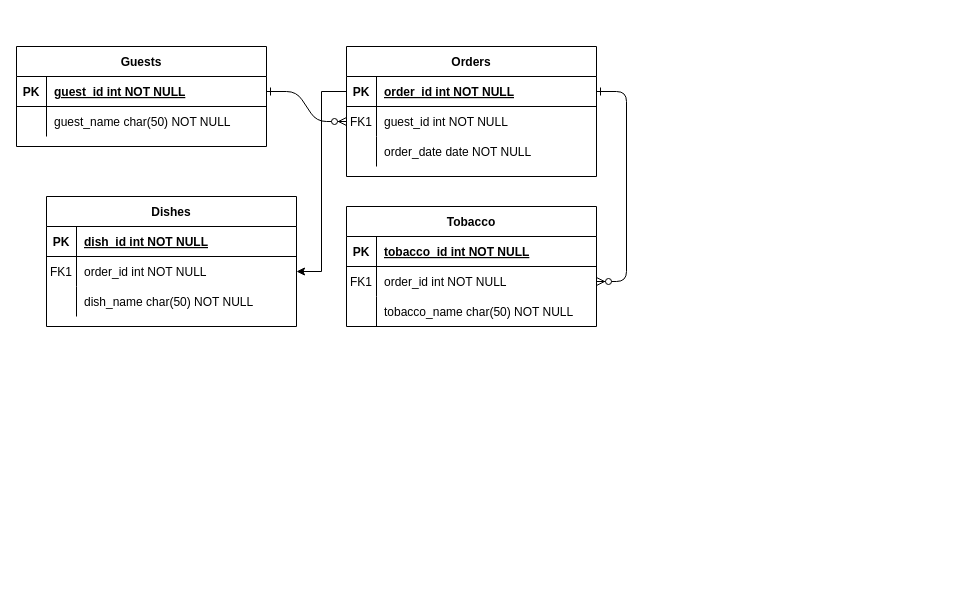
The draw.io diagram Диаграмма без названия.drawio in MoutanDeew/Database, before the edit. Source tidied: cells renumbered, new cells numbered last; positions are measured from the earlier drawing's top-left corner, leaving out a move shared by most shapes. Both pictures are drawn from the tidied source at 100%, with x=0, y=0 at pixel (16, 46).
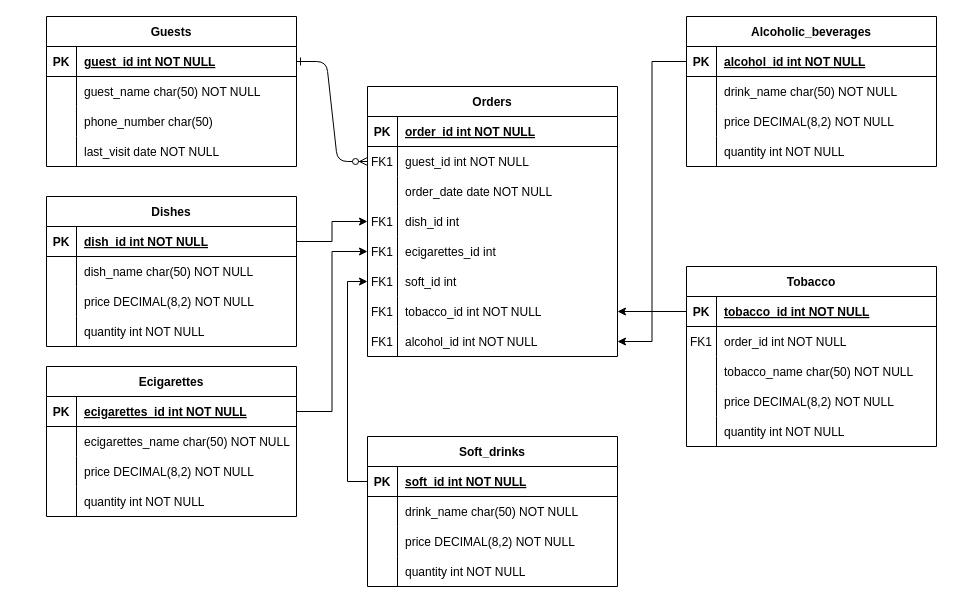
The same page after the edit.

Commit message:
added new relationships and attributes

The change refers to these unchanged cells:
```xml
<mxCell id="5" style="shape=partialRectangle;fillColor=none;points=[[0,0.5],[1,0.5]];portConstraint=eastwest;top=0;left=0;right=0;bottom=1;" parent="4" vertex="1">
  <mxGeometry y="30" width="250" height="30" as="geometry" />
</mxCell>
<mxCell id="15" style="shape=partialRectangle;fillColor=none;points=[[0,0.5],[1,0.5]];portConstraint=eastwest;top=0;left=0;right=0;bottom=1;" parent="14" vertex="1">
  <mxGeometry y="30" width="250" height="30" as="geometry" />
</mxCell>
<mxCell id="18" style="shape=partialRectangle;fillColor=none;points=[[0,0.5],[1,0.5]];portConstraint=eastwest;top=0;left=0;right=0;bottom=0;" parent="14" vertex="1">
  <mxGeometry y="60" width="250" height="30" as="geometry" />
</mxCell>
<mxCell id="32" style="shape=partialRectangle;fillColor=none;points=[[0,0.5],[1,0.5]];portConstraint=eastwest;top=0;left=0;right=0;bottom=1;" parent="31" vertex="1">
  <mxGeometry y="30" width="250" height="30" as="geometry" />
</mxCell>
```

Change to the diagram source:
```diff
@@
-    <mxCell id="3" style="edgeStyle=entityRelationEdgeStyle;endArrow=ERzeroToMany;startArrow=ERone;endFill=1;startFill=0;" parent="1" edge="1" source="5" target="18">
-      <mxGeometry relative="1" as="geometry" />
-    </mxCell>
     <mxCell id="4" value="Orders" style="shape=table;startSize=30;childLayout=tableLayout;rowLines=0;fontStyle=1;align=center;" parent="1" vertex="1">
-      <mxGeometry x="330" width="250" height="130" as="geometry" />
+      <mxGeometry x="351" y="40" width="250" height="270" as="geometry" />
     </mxCell>
@@
+    <mxCell id="42" style="shape=partialRectangle;fillColor=none;points=[[0,0.5],[1,0.5]];portConstraint=eastwest;top=0;left=0;right=0;bottom=0;" parent="4" vertex="1">
+      <mxGeometry y="120" width="250" height="30" as="geometry" />
+    </mxCell>
+    <mxCell id="43" value="FK1" style="shape=partialRectangle;overflow=hidden;fillColor=none;top=0;left=0;bottom=0;right=0;" parent="42" vertex="1">
+      <mxGeometry width="30" height="30" as="geometry" />
+    </mxCell>
+    <mxCell id="44" value="dish_id int " style="shape=partialRectangle;overflow=hidden;fillColor=none;top=0;left=0;bottom=0;right=0;align=left;spacingLeft=6;" parent="42" vertex="1">
+      <mxGeometry x="30" width="220" height="30" as="geometry" />
+    </mxCell>
+    <mxCell id="45" style="shape=partialRectangle;fillColor=none;points=[[0,0.5],[1,0.5]];portConstraint=eastwest;top=0;left=0;right=0;bottom=0;" parent="4" vertex="1">
+      <mxGeometry y="150" width="250" height="30" as="geometry" />
+    </mxCell>
+    <mxCell id="46" value="FK1" style="shape=partialRectangle;overflow=hidden;fillColor=none;top=0;left=0;bottom=0;right=0;" parent="45" vertex="1">
+      <mxGeometry width="30" height="30" as="geometry" />
+    </mxCell>
+    <mxCell id="47" value="ecigarettes_id int " style="shape=partialRectangle;overflow=hidden;fillColor=none;top=0;left=0;bottom=0;right=0;align=left;spacingLeft=6;" parent="45" vertex="1">
+      <mxGeometry x="30" width="220" height="30" as="geometry" />
+    </mxCell>
+    <mxCell id="48" style="shape=partialRectangle;fillColor=none;points=[[0,0.5],[1,0.5]];portConstraint=eastwest;top=0;left=0;right=0;bottom=0;" parent="4" vertex="1">
+      <mxGeometry y="180" width="250" height="30" as="geometry" />
+    </mxCell>
+    <mxCell id="49" value="FK1" style="shape=partialRectangle;overflow=hidden;fillColor=none;top=0;left=0;bottom=0;right=0;" parent="48" vertex="1">
+      <mxGeometry width="30" height="30" as="geometry" />
+    </mxCell>
+    <mxCell id="50" value="soft_id int " style="shape=partialRectangle;overflow=hidden;fillColor=none;top=0;left=0;bottom=0;right=0;align=left;spacingLeft=6;" parent="48" vertex="1">
+      <mxGeometry x="30" width="220" height="30" as="geometry" />
+    </mxCell>
+    <mxCell id="51" style="shape=partialRectangle;fillColor=none;points=[[0,0.5],[1,0.5]];portConstraint=eastwest;top=0;left=0;right=0;bottom=0;" parent="4" vertex="1">
+      <mxGeometry y="210" width="250" height="30" as="geometry" />
+    </mxCell>
+    <mxCell id="52" value="FK1" style="shape=partialRectangle;overflow=hidden;fillColor=none;top=0;left=0;bottom=0;right=0;" parent="51" vertex="1">
+      <mxGeometry width="30" height="30" as="geometry" />
+    </mxCell>
+    <mxCell id="53" value="tobacco_id int NOT NULL" style="shape=partialRectangle;overflow=hidden;fillColor=none;top=0;left=0;bottom=0;right=0;align=left;spacingLeft=6;" parent="51" vertex="1">
+      <mxGeometry x="30" width="220" height="30" as="geometry" />
+    </mxCell>
+    <mxCell id="54" style="shape=partialRectangle;fillColor=none;points=[[0,0.5],[1,0.5]];portConstraint=eastwest;top=0;left=0;right=0;bottom=0;" parent="4" vertex="1">
+      <mxGeometry y="240" width="250" height="30" as="geometry" />
+    </mxCell>
+    <mxCell id="55" value="FK1" style="shape=partialRectangle;overflow=hidden;fillColor=none;top=0;left=0;bottom=0;right=0;" parent="54" vertex="1">
+      <mxGeometry width="30" height="30" as="geometry" />
+    </mxCell>
+    <mxCell id="56" value="alcohol_id int NOT NULL" style="shape=partialRectangle;overflow=hidden;fillColor=none;top=0;left=0;bottom=0;right=0;align=left;spacingLeft=6;" parent="54" vertex="1">
+      <mxGeometry x="30" width="220" height="30" as="geometry" />
+    </mxCell>
     <mxCell id="14" value="Tobacco" style="shape=table;startSize=30;childLayout=tableLayout;rowLines=0;fontStyle=1;align=center;" parent="1" vertex="1">
-      <mxGeometry x="330" y="160" width="250" height="120" as="geometry" />
+      <mxGeometry x="670" y="220" width="250" height="180" as="geometry" />
     </mxCell>
@@
+    <mxCell id="57" style="shape=partialRectangle;fillColor=none;top=0;left=0;right=0;bottom=0;" parent="14" vertex="1">
+      <mxGeometry y="120" width="250" height="30" as="geometry" />
+    </mxCell>
+    <mxCell id="58" style="shape=partialRectangle;overflow=hidden;fillColor=none;top=0;left=0;bottom=0;right=0;" parent="57" vertex="1">
+      <mxGeometry width="30" height="30" as="geometry" />
+    </mxCell>
+    <mxCell id="59" value="price DECIMAL(8,2) NOT NULL" style="shape=partialRectangle;overflow=hidden;fillColor=none;top=0;left=0;bottom=0;right=0;align=left;spacingLeft=6;" parent="57" vertex="1">
+      <mxGeometry x="30" width="220" height="30" as="geometry" />
+    </mxCell>
+    <mxCell id="60" style="shape=partialRectangle;fillColor=none;top=0;left=0;right=0;bottom=0;" parent="14" vertex="1">
+      <mxGeometry y="150" width="250" height="30" as="geometry" />
+    </mxCell>
+    <mxCell id="61" style="shape=partialRectangle;overflow=hidden;fillColor=none;top=0;left=0;bottom=0;right=0;" parent="60" vertex="1">
+      <mxGeometry width="30" height="30" as="geometry" />
+    </mxCell>
+    <mxCell id="62" value="quantity int NOT NULL" style="shape=partialRectangle;overflow=hidden;fillColor=none;top=0;left=0;bottom=0;right=0;align=left;spacingLeft=6;" parent="60" vertex="1">
+      <mxGeometry x="30" width="220" height="30" as="geometry" />
+    </mxCell>
     <mxCell id="24" value="Guests" style="shape=table;startSize=30;childLayout=tableLayout;rowLines=0;fontStyle=1;align=center;" parent="1" vertex="1">
-      <mxGeometry width="250" height="100" as="geometry" />
+      <mxGeometry x="30" y="-30" width="250" height="150" as="geometry" />
     </mxCell>
@@
+    <mxCell id="63" style="shape=partialRectangle;fillColor=none;top=0;left=0;right=0;bottom=0;" parent="24" vertex="1">
+      <mxGeometry y="90" width="250" height="30" as="geometry" />
+    </mxCell>
+    <mxCell id="64" style="shape=partialRectangle;overflow=hidden;fillColor=none;top=0;left=0;bottom=0;right=0;" parent="63" vertex="1">
+      <mxGeometry width="30" height="30" as="geometry" />
+    </mxCell>
+    <mxCell id="65" value="phone_number char(50)" style="shape=partialRectangle;overflow=hidden;fillColor=none;top=0;left=0;bottom=0;right=0;align=left;spacingLeft=6;" parent="63" vertex="1">
+      <mxGeometry x="30" width="220" height="30" as="geometry" />
+    </mxCell>
+    <mxCell id="66" style="shape=partialRectangle;fillColor=none;top=0;left=0;right=0;bottom=0;" parent="24" vertex="1">
+      <mxGeometry y="120" width="250" height="30" as="geometry" />
+    </mxCell>
+    <mxCell id="67" style="shape=partialRectangle;overflow=hidden;fillColor=none;top=0;left=0;bottom=0;right=0;" parent="66" vertex="1">
+      <mxGeometry width="30" height="30" as="geometry" />
+    </mxCell>
+    <mxCell id="68" value="last_visit date NOT NULL" style="shape=partialRectangle;overflow=hidden;fillColor=none;top=0;left=0;bottom=0;right=0;align=left;spacingLeft=6;" parent="66" vertex="1">
+      <mxGeometry x="30" width="220" height="30" as="geometry" />
+    </mxCell>
     <mxCell id="31" value="Dishes" style="shape=table;startSize=30;childLayout=tableLayout;rowLines=0;fontStyle=1;align=center;" parent="1" vertex="1">
-      <mxGeometry x="30" y="150" width="250" height="130" as="geometry" />
+      <mxGeometry x="30" y="150" width="250" height="150" as="geometry" />
     </mxCell>
@@
-    <mxCell id="35" style="shape=partialRectangle;fillColor=none;points=[[0,0.5],[1,0.5]];portConstraint=eastwest;top=0;left=0;right=0;bottom=0;" parent="31" vertex="1">
-      <mxGeometry y="60" width="250" height="30" as="geometry" />
-    </mxCell>
-    <mxCell id="36" value="FK1" style="shape=partialRectangle;overflow=hidden;fillColor=none;top=0;left=0;bottom=0;right=0;" parent="35" vertex="1">
-      <mxGeometry width="30" height="30" as="geometry" />
-    </mxCell>
-    <mxCell id="37" value="order_id int NOT NULL" style="shape=partialRectangle;overflow=hidden;fillColor=none;top=0;left=0;bottom=0;right=0;align=left;spacingLeft=6;" parent="35" vertex="1">
-      <mxGeometry x="30" width="220" height="30" as="geometry" />
-    </mxCell>
     <mxCell id="38" style="shape=partialRectangle;fillColor=none;top=0;left=0;right=0;bottom=0;" parent="31" vertex="1">
-      <mxGeometry y="90" width="250" height="30" as="geometry" />
+      <mxGeometry y="60" width="250" height="30" as="geometry" />
     </mxCell>
@@
-    <mxCell id="41" style="edgeStyle=orthogonalEdgeStyle;rounded=0;jettySize=auto;html=1;exitX=0;exitY=0.5;exitDx=0;exitDy=0;" parent="1" edge="1" source="5" target="35">
-      <mxGeometry relative="1" as="geometry" />
-    </mxCell>
+    <mxCell id="69" style="shape=partialRectangle;fillColor=none;top=0;left=0;right=0;bottom=0;" parent="31" vertex="1">
+      <mxGeometry y="90" width="250" height="30" as="geometry" />
+    </mxCell>
+    <mxCell id="70" style="shape=partialRectangle;overflow=hidden;fillColor=none;top=0;left=0;bottom=0;right=0;" parent="69" vertex="1">
+      <mxGeometry width="30" height="30" as="geometry" />
+    </mxCell>
+    <mxCell id="71" value="price DECIMAL(8,2) NOT NULL" style="shape=partialRectangle;overflow=hidden;fillColor=none;top=0;left=0;bottom=0;right=0;align=left;spacingLeft=6;" parent="69" vertex="1">
+      <mxGeometry x="30" width="220" height="30" as="geometry" />
+    </mxCell>
+    <mxCell id="72" style="shape=partialRectangle;fillColor=none;top=0;left=0;right=0;bottom=0;" parent="31" vertex="1">
+      <mxGeometry y="120" width="250" height="30" as="geometry" />
+    </mxCell>
+    <mxCell id="73" style="shape=partialRectangle;overflow=hidden;fillColor=none;top=0;left=0;bottom=0;right=0;" parent="72" vertex="1">
+      <mxGeometry width="30" height="30" as="geometry" />
+    </mxCell>
+    <mxCell id="74" value="quantity int NOT NULL" style="shape=partialRectangle;overflow=hidden;fillColor=none;top=0;left=0;bottom=0;right=0;align=left;spacingLeft=6;" parent="72" vertex="1">
+      <mxGeometry x="30" width="220" height="30" as="geometry" />
+    </mxCell>
+    <mxCell id="75" value="Ecigarettes" style="shape=table;startSize=30;childLayout=tableLayout;rowLines=0;fontStyle=1;align=center;" parent="1" vertex="1">
+      <mxGeometry x="30" y="320" width="250" height="150" as="geometry" />
+    </mxCell>
+    <mxCell id="76" style="shape=partialRectangle;fillColor=none;points=[[0,0.5],[1,0.5]];portConstraint=eastwest;top=0;left=0;right=0;bottom=1;" parent="75" vertex="1">
+      <mxGeometry y="30" width="250" height="30" as="geometry" />
+    </mxCell>
+    <mxCell id="77" value="PK" style="shape=partialRectangle;overflow=hidden;fillColor=none;top=0;left=0;bottom=0;right=0;fontStyle=1;" parent="76" vertex="1">
+      <mxGeometry width="30" height="30" as="geometry" />
+    </mxCell>
+    <mxCell id="78" value="ecigarettes_id int NOT NULL " style="shape=partialRectangle;overflow=hidden;fillColor=none;top=0;left=0;bottom=0;right=0;align=left;spacingLeft=6;fontStyle=5;" parent="76" vertex="1">
+      <mxGeometry x="30" width="220" height="30" as="geometry" />
+    </mxCell>
+    <mxCell id="79" style="shape=partialRectangle;fillColor=none;top=0;left=0;right=0;bottom=0;" parent="75" vertex="1">
+      <mxGeometry y="60" width="250" height="30" as="geometry" />
+    </mxCell>
+    <mxCell id="80" style="shape=partialRectangle;overflow=hidden;fillColor=none;top=0;left=0;bottom=0;right=0;" parent="79" vertex="1">
+      <mxGeometry width="30" height="30" as="geometry" />
+    </mxCell>
+    <mxCell id="81" value="ecigarettes_name char(50) NOT NULL" style="shape=partialRectangle;overflow=hidden;fillColor=none;top=0;left=0;bottom=0;right=0;align=left;spacingLeft=6;" parent="79" vertex="1">
+      <mxGeometry x="30" width="220" height="30" as="geometry" />
+    </mxCell>
+    <mxCell id="82" style="shape=partialRectangle;fillColor=none;top=0;left=0;right=0;bottom=0;" parent="75" vertex="1">
+      <mxGeometry y="90" width="250" height="30" as="geometry" />
+    </mxCell>
+    <mxCell id="83" style="shape=partialRectangle;overflow=hidden;fillColor=none;top=0;left=0;bottom=0;right=0;" parent="82" vertex="1">
+      <mxGeometry width="30" height="30" as="geometry" />
+    </mxCell>
+    <mxCell id="84" value="price DECIMAL(8,2) NOT NULL" style="shape=partialRectangle;overflow=hidden;fillColor=none;top=0;left=0;bottom=0;right=0;align=left;spacingLeft=6;" parent="82" vertex="1">
+      <mxGeometry x="30" width="220" height="30" as="geometry" />
+    </mxCell>
+    <mxCell id="85" style="shape=partialRectangle;fillColor=none;top=0;left=0;right=0;bottom=0;" parent="75" vertex="1">
+      <mxGeometry y="120" width="250" height="30" as="geometry" />
+    </mxCell>
+    <mxCell id="86" style="shape=partialRectangle;overflow=hidden;fillColor=none;top=0;left=0;bottom=0;right=0;" parent="85" vertex="1">
+      <mxGeometry width="30" height="30" as="geometry" />
+    </mxCell>
+    <mxCell id="87" value="quantity int NOT NULL" style="shape=partialRectangle;overflow=hidden;fillColor=none;top=0;left=0;bottom=0;right=0;align=left;spacingLeft=6;" parent="85" vertex="1">
+      <mxGeometry x="30" width="220" height="30" as="geometry" />
+    </mxCell>
+    <mxCell id="88" style="edgeStyle=orthogonalEdgeStyle;rounded=0;jettySize=auto;html=1;entryX=0;entryY=0.5;entryDx=0;entryDy=0;" parent="1" edge="1" source="32" target="42">
+      <mxGeometry relative="1" as="geometry" />
+    </mxCell>
+    <mxCell id="89" style="edgeStyle=orthogonalEdgeStyle;rounded=0;jettySize=auto;html=1;" parent="1" edge="1" source="76" target="45">
+      <mxGeometry relative="1" as="geometry" />
+    </mxCell>
+    <mxCell id="90" value="Alcoholic_beverages" style="shape=table;startSize=30;childLayout=tableLayout;rowLines=0;fontStyle=1;align=center;" parent="1" vertex="1">
+      <mxGeometry x="670" y="-30" width="250" height="150" as="geometry" />
+    </mxCell>
+    <mxCell id="91" style="shape=partialRectangle;fillColor=none;points=[[0,0.5],[1,0.5]];portConstraint=eastwest;top=0;left=0;right=0;bottom=1;" parent="90" vertex="1">
+      <mxGeometry y="30" width="250" height="30" as="geometry" />
+    </mxCell>
+    <mxCell id="92" value="PK" style="shape=partialRectangle;overflow=hidden;fillColor=none;top=0;left=0;bottom=0;right=0;fontStyle=1;" parent="91" vertex="1">
+      <mxGeometry width="30" height="30" as="geometry" />
+    </mxCell>
+    <mxCell id="93" value="alcohol_id int NOT NULL " style="shape=partialRectangle;overflow=hidden;fillColor=none;top=0;left=0;bottom=0;right=0;align=left;spacingLeft=6;fontStyle=5;" parent="91" vertex="1">
+      <mxGeometry x="30" width="220" height="30" as="geometry" />
+    </mxCell>
+    <mxCell id="94" style="shape=partialRectangle;fillColor=none;top=0;left=0;right=0;bottom=0;" parent="90" vertex="1">
+      <mxGeometry y="60" width="250" height="30" as="geometry" />
+    </mxCell>
+    <mxCell id="95" style="shape=partialRectangle;overflow=hidden;fillColor=none;top=0;left=0;bottom=0;right=0;" parent="94" vertex="1">
+      <mxGeometry width="30" height="30" as="geometry" />
+    </mxCell>
+    <mxCell id="96" value="drink_name char(50) NOT NULL" style="shape=partialRectangle;overflow=hidden;fillColor=none;top=0;left=0;bottom=0;right=0;align=left;spacingLeft=6;" parent="94" vertex="1">
+      <mxGeometry x="30" width="220" height="30" as="geometry" />
+    </mxCell>
+    <mxCell id="97" style="shape=partialRectangle;fillColor=none;top=0;left=0;right=0;bottom=0;" parent="90" vertex="1">
+      <mxGeometry y="90" width="250" height="30" as="geometry" />
+    </mxCell>
+    <mxCell id="98" style="shape=partialRectangle;overflow=hidden;fillColor=none;top=0;left=0;bottom=0;right=0;" parent="97" vertex="1">
+      <mxGeometry width="30" height="30" as="geometry" />
+    </mxCell>
+    <mxCell id="99" value="price DECIMAL(8,2) NOT NULL" style="shape=partialRectangle;overflow=hidden;fillColor=none;top=0;left=0;bottom=0;right=0;align=left;spacingLeft=6;" parent="97" vertex="1">
+      <mxGeometry x="30" width="220" height="30" as="geometry" />
+    </mxCell>
+    <mxCell id="100" style="shape=partialRectangle;fillColor=none;top=0;left=0;right=0;bottom=0;" parent="90" vertex="1">
+      <mxGeometry y="120" width="250" height="30" as="geometry" />
+    </mxCell>
+    <mxCell id="101" style="shape=partialRectangle;overflow=hidden;fillColor=none;top=0;left=0;bottom=0;right=0;" parent="100" vertex="1">
+      <mxGeometry width="30" height="30" as="geometry" />
+    </mxCell>
+    <mxCell id="102" value="quantity int NOT NULL" style="shape=partialRectangle;overflow=hidden;fillColor=none;top=0;left=0;bottom=0;right=0;align=left;spacingLeft=6;" parent="100" vertex="1">
+      <mxGeometry x="30" width="220" height="30" as="geometry" />
+    </mxCell>
+    <mxCell id="103" value="Soft_drinks" style="shape=table;startSize=30;childLayout=tableLayout;rowLines=0;fontStyle=1;align=center;" parent="1" vertex="1">
+      <mxGeometry x="351" y="390" width="250" height="150" as="geometry" />
+    </mxCell>
+    <mxCell id="104" style="shape=partialRectangle;fillColor=none;points=[[0,0.5],[1,0.5]];portConstraint=eastwest;top=0;left=0;right=0;bottom=1;" parent="103" vertex="1">
+      <mxGeometry y="30" width="250" height="30" as="geometry" />
+    </mxCell>
+    <mxCell id="105" value="PK" style="shape=partialRectangle;overflow=hidden;fillColor=none;top=0;left=0;bottom=0;right=0;fontStyle=1;" parent="104" vertex="1">
+      <mxGeometry width="30" height="30" as="geometry" />
+    </mxCell>
+    <mxCell id="106" value="soft_id int NOT NULL " style="shape=partialRectangle;overflow=hidden;fillColor=none;top=0;left=0;bottom=0;right=0;align=left;spacingLeft=6;fontStyle=5;" parent="104" vertex="1">
+      <mxGeometry x="30" width="220" height="30" as="geometry" />
+    </mxCell>
+    <mxCell id="107" style="shape=partialRectangle;fillColor=none;top=0;left=0;right=0;bottom=0;" parent="103" vertex="1">
+      <mxGeometry y="60" width="250" height="30" as="geometry" />
+    </mxCell>
+    <mxCell id="108" style="shape=partialRectangle;overflow=hidden;fillColor=none;top=0;left=0;bottom=0;right=0;" parent="107" vertex="1">
+      <mxGeometry width="30" height="30" as="geometry" />
+    </mxCell>
+    <mxCell id="109" value="drink_name char(50) NOT NULL" style="shape=partialRectangle;overflow=hidden;fillColor=none;top=0;left=0;bottom=0;right=0;align=left;spacingLeft=6;" parent="107" vertex="1">
+      <mxGeometry x="30" width="220" height="30" as="geometry" />
+    </mxCell>
+    <mxCell id="110" style="shape=partialRectangle;fillColor=none;top=0;left=0;right=0;bottom=0;" parent="103" vertex="1">
+      <mxGeometry y="90" width="250" height="30" as="geometry" />
+    </mxCell>
+    <mxCell id="111" style="shape=partialRectangle;overflow=hidden;fillColor=none;top=0;left=0;bottom=0;right=0;" parent="110" vertex="1">
+      <mxGeometry width="30" height="30" as="geometry" />
+    </mxCell>
+    <mxCell id="112" value="price DECIMAL(8,2) NOT NULL" style="shape=partialRectangle;overflow=hidden;fillColor=none;top=0;left=0;bottom=0;right=0;align=left;spacingLeft=6;" parent="110" vertex="1">
+      <mxGeometry x="30" width="220" height="30" as="geometry" />
+    </mxCell>
+    <mxCell id="113" style="shape=partialRectangle;fillColor=none;top=0;left=0;right=0;bottom=0;" parent="103" vertex="1">
+      <mxGeometry y="120" width="250" height="30" as="geometry" />
+    </mxCell>
+    <mxCell id="114" style="shape=partialRectangle;overflow=hidden;fillColor=none;top=0;left=0;bottom=0;right=0;" parent="113" vertex="1">
+      <mxGeometry width="30" height="30" as="geometry" />
+    </mxCell>
+    <mxCell id="115" value="quantity int NOT NULL" style="shape=partialRectangle;overflow=hidden;fillColor=none;top=0;left=0;bottom=0;right=0;align=left;spacingLeft=6;" parent="113" vertex="1">
+      <mxGeometry x="30" width="220" height="30" as="geometry" />
+    </mxCell>
+    <mxCell id="116" style="edgeStyle=orthogonalEdgeStyle;rounded=0;jettySize=auto;html=1;exitX=0;exitY=0.5;exitDx=0;exitDy=0;entryX=0;entryY=0.5;entryDx=0;entryDy=0;" parent="1" edge="1" source="104" target="48">
+      <mxGeometry relative="1" as="geometry" />
+    </mxCell>
+    <mxCell id="117" style="edgeStyle=orthogonalEdgeStyle;rounded=0;jettySize=auto;html=1;exitX=0;exitY=0.5;exitDx=0;exitDy=0;entryX=1;entryY=0.5;entryDx=0;entryDy=0;" parent="1" edge="1" source="15" target="51">
+      <mxGeometry relative="1" as="geometry" />
+    </mxCell>
+    <mxCell id="118" style="edgeStyle=orthogonalEdgeStyle;rounded=0;jettySize=auto;html=1;exitX=0;exitY=0.5;exitDx=0;exitDy=0;entryX=1;entryY=0.5;entryDx=0;entryDy=0;" parent="1" edge="1" source="91" target="54">
+      <mxGeometry relative="1" as="geometry" />
+    </mxCell>
```
